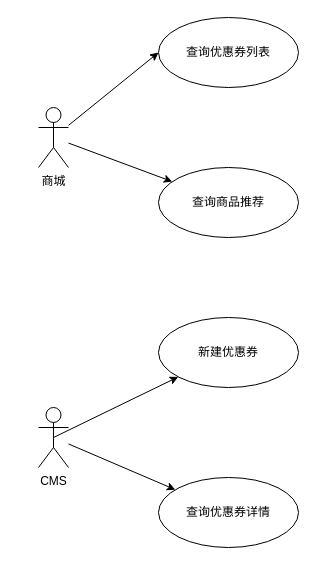
This is 迭代/商城优惠券列表支持跳转/用例.drawio from gjie1991/draw, a draw.io file, before an edit. Source tidied: cells renumbered, new cells numbered last; positions are measured from the earlier drawing's top-left corner, leaving out a move shared by most shapes. Both pictures are drawn from the tidied source at 100%, with x=0, y=0 at pixel (38, 17).
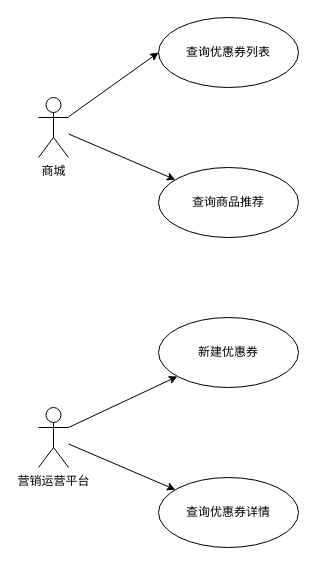
The same diagram, later.

Change to the diagram source:
```diff
@@
 <mxGraphModel>
   <root>
     <mxCell id="0" />
     <mxCell id="1" parent="0" />
     <mxCell id="2" style="rounded=0;jettySize=auto;html=1;entryX=0;entryY=0.5;entryDx=0;entryDy=0;" parent="1" edge="1" source="4" target="5">
       <mxGeometry relative="1" as="geometry" />
     </mxCell>
     <mxCell id="3" style="rounded=0;jettySize=auto;html=1;" parent="1" edge="1" source="4" target="6">
       <mxGeometry relative="1" as="geometry" />
     </mxCell>
     <mxCell id="4" value="商城" style="shape=umlActor;verticalLabelPosition=bottom;verticalAlign=top;html=1;" parent="1" vertex="1">
-      <mxGeometry y="90" width="30" height="60" as="geometry" />
+      <mxGeometry y="80" width="30" height="60" as="geometry" />
     </mxCell>
     <mxCell id="5" value="查询优惠券列表" style="ellipse;whiteSpace=wrap;html=1;" parent="1" vertex="1">
       <mxGeometry x="120" width="140" height="70" as="geometry" />
     </mxCell>
     <mxCell id="6" value="查询商品推荐" style="ellipse;whiteSpace=wrap;html=1;" parent="1" vertex="1">
       <mxGeometry x="120" y="150" width="140" height="70" as="geometry" />
     </mxCell>
-    <mxCell id="7" style="rounded=0;jettySize=auto;html=1;exitX=0.5;exitY=0.5;exitDx=0;exitDy=0;exitPerimeter=0;" parent="1" edge="1" source="9" target="10">
+    <mxCell id="7" style="rounded=0;jettySize=auto;html=1;exitX=1;exitY=0.3333333333333333;exitDx=0;exitDy=0;exitPerimeter=0;" parent="1" edge="1" source="9" target="10">
       <mxGeometry relative="1" as="geometry" />
     </mxCell>
     <mxCell id="8" style="rounded=0;jettySize=auto;html=1;" parent="1" edge="1" source="9" target="11">
       <mxGeometry relative="1" as="geometry" />
     </mxCell>
-    <mxCell id="9" value="CMS" style="shape=umlActor;verticalLabelPosition=bottom;verticalAlign=top;html=1;" parent="1" vertex="1">
+    <mxCell id="9" value="营销运营平台" style="shape=umlActor;verticalLabelPosition=bottom;verticalAlign=top;html=1;" parent="1" vertex="1">
       <mxGeometry y="390" width="30" height="60" as="geometry" />
     </mxCell>
     <mxCell id="10" value="新建优惠券" style="ellipse;whiteSpace=wrap;html=1;" parent="1" vertex="1">
       <mxGeometry x="120" y="300" width="140" height="70" as="geometry" />
     </mxCell>
     <mxCell id="11" value="查询优惠券详情" style="ellipse;whiteSpace=wrap;html=1;" parent="1" vertex="1">
       <mxGeometry x="120" y="460" width="140" height="70" as="geometry" />
     </mxCell>
   </root>
 </mxGraphModel>
```
